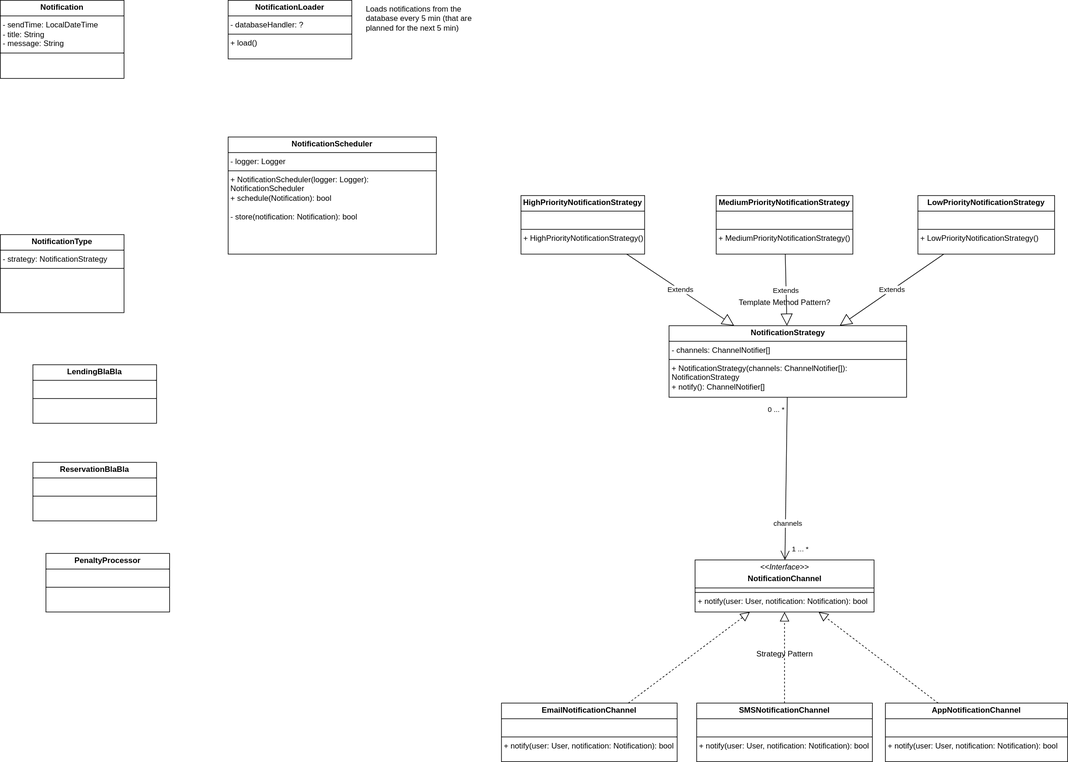
Above: documents/class-diagram/pg-concept-class-diagram.drawio.svg in pieter-groenendijk/oose-library-management-system (draw.io), before the change. Source tidied: cells renumbered, new cells last; positions are measured from the earlier drawing's top-left corner, leaving out a move shared by most shapes.
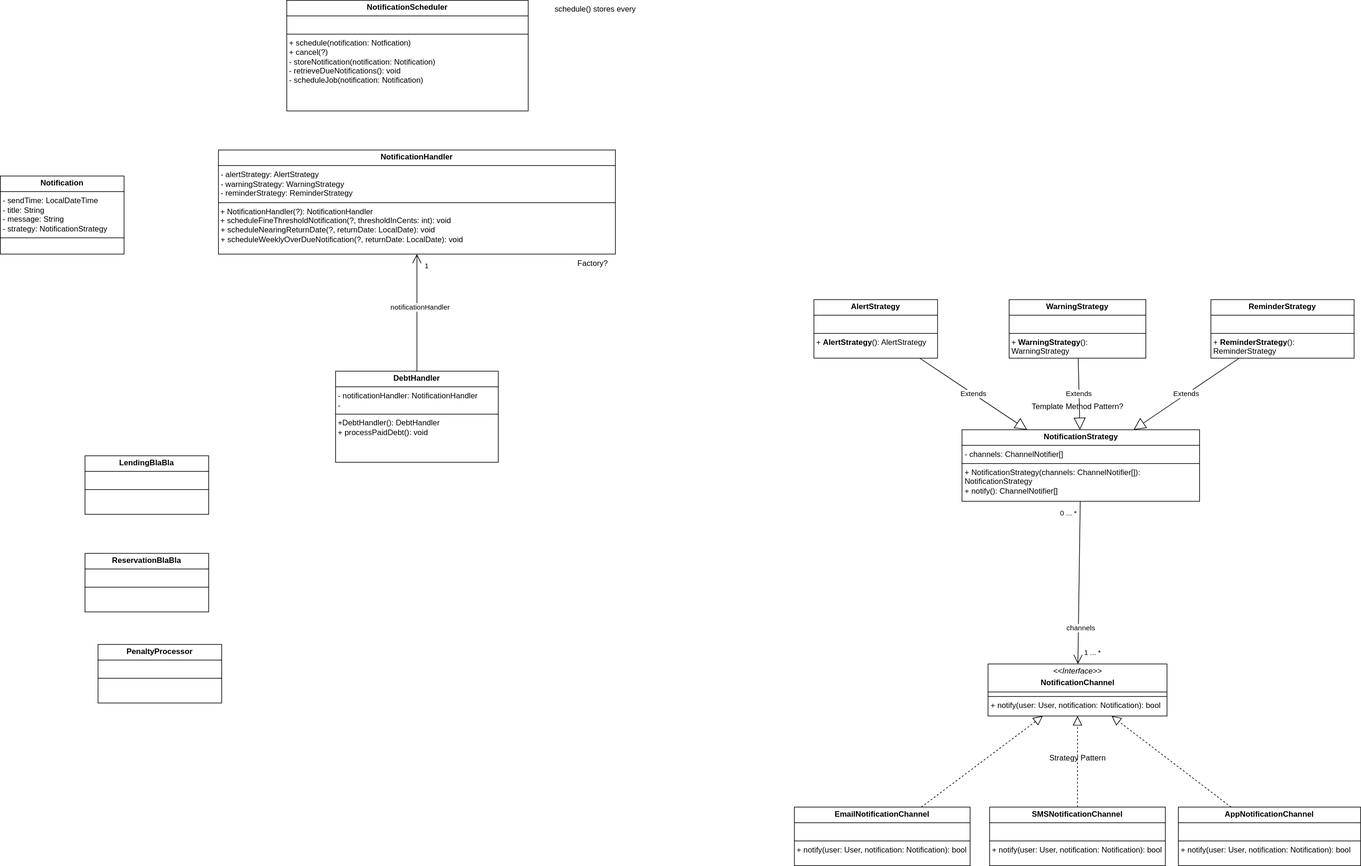
Later version of the same file.

Commit message:
More struggling with class diagram for notifications

Change to the diagram source:
```diff
@@ -23,14 +23,14 @@
     <mxCell id="8" style="endArrow=block;dashed=1;endFill=0;endSize=12;html=1;rounded=0;" parent="1" edge="1" source="5" target="2">
       <mxGeometry relative="1" as="geometry" />
     </mxCell>
-    <mxCell id="9" value="&lt;p style=&quot;margin:0px;margin-top:4px;text-align:center;&quot;&gt;&lt;b&gt;HighPriorityNotificationStrategy&lt;br&gt;&lt;/b&gt;&lt;/p&gt;&lt;hr size=&quot;1&quot; style=&quot;border-style:solid;&quot;&gt;&lt;p style=&quot;margin:0px;margin-left:4px;&quot;&gt;&lt;br&gt;&lt;/p&gt;&lt;hr size=&quot;1&quot; style=&quot;border-style:solid;&quot;&gt;&lt;p style=&quot;margin:0px;margin-left:4px;&quot;&gt;+ HighPriorityNotificationStrategy()&lt;br&gt;&lt;/p&gt;" style="verticalAlign=top;align=left;overflow=fill;html=1;whiteSpace=wrap;" parent="1" vertex="1">
+    <mxCell id="9" value="&lt;p style=&quot;margin:0px;margin-top:4px;text-align:center;&quot;&gt;&lt;b&gt;AlertStrategy&lt;br&gt;&lt;/b&gt;&lt;/p&gt;&lt;hr size=&quot;1&quot; style=&quot;border-style:solid;&quot;&gt;&lt;p style=&quot;margin:0px;margin-left:4px;&quot;&gt;&lt;br&gt;&lt;/p&gt;&lt;hr size=&quot;1&quot; style=&quot;border-style:solid;&quot;&gt;&lt;p style=&quot;margin:0px;margin-left:4px;&quot;&gt;+&amp;nbsp;&lt;b&gt;AlertStrategy&lt;/b&gt;(): AlertStrategy&lt;br&gt;&lt;/p&gt;" style="verticalAlign=top;align=left;overflow=fill;html=1;whiteSpace=wrap;" parent="1" vertex="1">
       <mxGeometry x="800" y="300" width="190" height="90" as="geometry" />
     </mxCell>
-    <mxCell id="10" value="&lt;p style=&quot;margin:0px;margin-top:4px;text-align:center;&quot;&gt;&lt;b&gt;MediumPriorityNotificationStrategy&lt;br&gt;&lt;/b&gt;&lt;/p&gt;&lt;hr size=&quot;1&quot; style=&quot;border-style:solid;&quot;&gt;&lt;p style=&quot;margin:0px;margin-left:4px;&quot;&gt;&lt;br&gt;&lt;/p&gt;&lt;hr size=&quot;1&quot; style=&quot;border-style:solid;&quot;&gt;&lt;p style=&quot;margin:0px;margin-left:4px;&quot;&gt;+ MediumPriorityNotificationStrategy()&lt;/p&gt;" style="verticalAlign=top;align=left;overflow=fill;html=1;whiteSpace=wrap;" parent="1" vertex="1">
+    <mxCell id="10" value="&lt;p style=&quot;margin:0px;margin-top:4px;text-align:center;&quot;&gt;&lt;b&gt;WarningStrategy&lt;br&gt;&lt;/b&gt;&lt;/p&gt;&lt;hr size=&quot;1&quot; style=&quot;border-style:solid;&quot;&gt;&lt;p style=&quot;margin:0px;margin-left:4px;&quot;&gt;&lt;br&gt;&lt;/p&gt;&lt;hr size=&quot;1&quot; style=&quot;border-style:solid;&quot;&gt;&lt;p style=&quot;margin:0px;margin-left:4px;&quot;&gt;+&amp;nbsp;&lt;b&gt;WarningStrategy&lt;/b&gt;(): WarningStrategy&lt;br&gt;&lt;/p&gt;" style="verticalAlign=top;align=left;overflow=fill;html=1;whiteSpace=wrap;" parent="1" vertex="1">
       <mxGeometry x="1100" y="300" width="210" height="90" as="geometry" />
     </mxCell>
-    <mxCell id="11" value="&lt;p style=&quot;margin:0px;margin-top:4px;text-align:center;&quot;&gt;&lt;b&gt;LowPriorityNotificationStrategy&lt;br&gt;&lt;/b&gt;&lt;/p&gt;&lt;hr size=&quot;1&quot; style=&quot;border-style:solid;&quot;&gt;&lt;p style=&quot;margin:0px;margin-left:4px;&quot;&gt;&lt;br&gt;&lt;/p&gt;&lt;hr size=&quot;1&quot; style=&quot;border-style:solid;&quot;&gt;&lt;p style=&quot;margin:0px;margin-left:4px;&quot;&gt;+ LowPriorityNotificationStrategy()&lt;/p&gt;" style="verticalAlign=top;align=left;overflow=fill;html=1;whiteSpace=wrap;" parent="1" vertex="1">
-      <mxGeometry x="1410" y="300" width="210" height="90" as="geometry" />
+    <mxCell id="11" value="&lt;p style=&quot;margin:0px;margin-top:4px;text-align:center;&quot;&gt;&lt;b&gt;ReminderStrategy&lt;br&gt;&lt;/b&gt;&lt;/p&gt;&lt;hr size=&quot;1&quot; style=&quot;border-style:solid;&quot;&gt;&lt;p style=&quot;margin:0px;margin-left:4px;&quot;&gt;&lt;br&gt;&lt;/p&gt;&lt;hr size=&quot;1&quot; style=&quot;border-style:solid;&quot;&gt;&lt;p style=&quot;margin:0px;margin-left:4px;&quot;&gt;+&amp;nbsp;&lt;b&gt;ReminderStrategy&lt;/b&gt;(): ReminderStrategy&lt;br&gt;&lt;/p&gt;" style="verticalAlign=top;align=left;overflow=fill;html=1;whiteSpace=wrap;" parent="1" vertex="1">
+      <mxGeometry x="1410" y="300" width="220" height="90" as="geometry" />
     </mxCell>
     <mxCell id="12" value="Strategy Pattern" style="text;html=1;align=center;verticalAlign=middle;strokeColor=none;fillColor=none;" parent="1" vertex="1">
       <mxGeometry x="1155" y="990" width="100" height="30" as="geometry" />
@@ -66,31 +66,47 @@
       </mxGeometry>
     </mxCell>
     <mxCell id="21" value="&lt;p style=&quot;margin:0px;margin-top:4px;text-align:center;&quot;&gt;&lt;b&gt;PenaltyProcessor&lt;br&gt;&lt;/b&gt;&lt;/p&gt;&lt;hr size=&quot;1&quot; style=&quot;border-style:solid;&quot;&gt;&lt;p style=&quot;margin:0px;margin-left:4px;&quot;&gt;&lt;br&gt;&lt;/p&gt;&lt;hr size=&quot;1&quot; style=&quot;border-style:solid;&quot;&gt;&lt;p style=&quot;margin:0px;margin-left:4px;&quot;&gt;&lt;br&gt;&lt;/p&gt;" style="verticalAlign=top;align=left;overflow=fill;html=1;whiteSpace=wrap;" parent="1" vertex="1">
-      <mxGeometry x="70" y="850" width="190" height="90" as="geometry" />
+      <mxGeometry x="-300" y="830" width="190" height="90" as="geometry" />
     </mxCell>
-    <mxCell id="22" value="&lt;p style=&quot;margin:0px;margin-top:4px;text-align:center;&quot;&gt;&lt;b&gt;Notification&lt;br&gt;&lt;/b&gt;&lt;/p&gt;&lt;hr size=&quot;1&quot; style=&quot;border-style:solid;&quot;&gt;&lt;p style=&quot;margin:0px;margin-left:4px;&quot;&gt;- sendTime: LocalDateTime&lt;br&gt;&lt;/p&gt;&lt;p style=&quot;margin:0px;margin-left:4px;&quot;&gt;- title: String&lt;/p&gt;&lt;p style=&quot;margin:0px;margin-left:4px;&quot;&gt;- message: String&lt;br&gt;&lt;/p&gt;&lt;hr size=&quot;1&quot; style=&quot;border-style:solid;&quot;&gt;&lt;p style=&quot;margin:0px;margin-left:4px;&quot;&gt;&lt;br&gt;&lt;/p&gt;" style="verticalAlign=top;align=left;overflow=fill;html=1;whiteSpace=wrap;" parent="1" vertex="1">
-      <mxGeometry width="190" height="120" as="geometry" />
+    <mxCell id="22" value="&lt;p style=&quot;margin:0px;margin-top:4px;text-align:center;&quot;&gt;&lt;b&gt;Notification&lt;br&gt;&lt;/b&gt;&lt;/p&gt;&lt;hr size=&quot;1&quot; style=&quot;border-style:solid;&quot;&gt;&lt;p style=&quot;margin:0px;margin-left:4px;&quot;&gt;- sendTime: LocalDateTime&lt;br&gt;&lt;/p&gt;&lt;p style=&quot;margin:0px;margin-left:4px;&quot;&gt;- title: String&lt;/p&gt;&lt;p style=&quot;margin:0px;margin-left:4px;&quot;&gt;- message: String&lt;/p&gt;&lt;p style=&quot;margin:0px;margin-left:4px;&quot;&gt;- strategy: NotificationStrategy&lt;br&gt;&lt;/p&gt;&lt;hr size=&quot;1&quot; style=&quot;border-style:solid;&quot;&gt;&lt;p style=&quot;margin:0px;margin-left:4px;&quot;&gt;&lt;br&gt;&lt;/p&gt;" style="verticalAlign=top;align=left;overflow=fill;html=1;whiteSpace=wrap;" parent="1" vertex="1">
+      <mxGeometry x="-450" y="110" width="190" height="120" as="geometry" />
     </mxCell>
-    <mxCell id="23" value="&lt;p style=&quot;margin:0px;margin-top:4px;text-align:center;&quot;&gt;&lt;b&gt;NotificationScheduler&lt;br&gt;&lt;/b&gt;&lt;/p&gt;&lt;hr size=&quot;1&quot; style=&quot;border-style:solid;&quot;&gt;&lt;p style=&quot;margin:0px;margin-left:4px;&quot;&gt;- logger: Logger&lt;br&gt;&lt;/p&gt;&lt;hr size=&quot;1&quot; style=&quot;border-style:solid;&quot;&gt;&lt;p style=&quot;margin:0px;margin-left:4px;&quot;&gt;+ NotificationScheduler(logger: Logger): NotificationScheduler&lt;br&gt;&lt;/p&gt;&lt;p style=&quot;margin:0px;margin-left:4px;&quot;&gt;+ schedule(Notification): bool&lt;/p&gt;&lt;p style=&quot;margin:0px;margin-left:4px;&quot;&gt;&lt;br&gt;&lt;/p&gt;&lt;p style=&quot;margin:0px;margin-left:4px;&quot;&gt;- store(notification: Notification): bool&lt;/p&gt;&lt;p style=&quot;margin:0px;margin-left:4px;&quot;&gt;&lt;br&gt;&lt;/p&gt;" style="verticalAlign=top;align=left;overflow=fill;html=1;whiteSpace=wrap;" parent="1" vertex="1">
-      <mxGeometry x="350" y="210" width="320" height="180" as="geometry" />
-    </mxCell>
-    <mxCell id="24" value="&lt;p style=&quot;margin:0px;margin-top:4px;text-align:center;&quot;&gt;&lt;b&gt;NotificationType&lt;br&gt;&lt;/b&gt;&lt;/p&gt;&lt;hr size=&quot;1&quot; style=&quot;border-style:solid;&quot;&gt;&lt;p style=&quot;margin:0px;margin-left:4px;&quot;&gt;- strategy: NotificationStrategy&lt;br&gt;&lt;/p&gt;&lt;hr size=&quot;1&quot; style=&quot;border-style:solid;&quot;&gt;&lt;p style=&quot;margin:0px;margin-left:4px;&quot;&gt;&lt;br&gt;&lt;/p&gt;" style="verticalAlign=top;align=left;overflow=fill;html=1;whiteSpace=wrap;" parent="1" vertex="1">
-      <mxGeometry y="360" width="190" height="120" as="geometry" />
-    </mxCell>
     <mxCell id="25" value="&lt;p style=&quot;margin:0px;margin-top:4px;text-align:center;&quot;&gt;&lt;b&gt;LendingBlaBla&lt;br&gt;&lt;/b&gt;&lt;/p&gt;&lt;hr size=&quot;1&quot; style=&quot;border-style:solid;&quot;&gt;&lt;p style=&quot;margin:0px;margin-left:4px;&quot;&gt;&lt;br&gt;&lt;/p&gt;&lt;hr size=&quot;1&quot; style=&quot;border-style:solid;&quot;&gt;&lt;p style=&quot;margin:0px;margin-left:4px;&quot;&gt;&lt;br&gt;&lt;/p&gt;" style="verticalAlign=top;align=left;overflow=fill;html=1;whiteSpace=wrap;" parent="1" vertex="1">
-      <mxGeometry x="50" y="560" width="190" height="90" as="geometry" />
+      <mxGeometry x="-320" y="540" width="190" height="90" as="geometry" />
     </mxCell>
     <mxCell id="26" value="&lt;p style=&quot;margin:0px;margin-top:4px;text-align:center;&quot;&gt;&lt;b&gt;ReservationBlaBla&lt;br&gt;&lt;/b&gt;&lt;/p&gt;&lt;hr size=&quot;1&quot; style=&quot;border-style:solid;&quot;&gt;&lt;p style=&quot;margin:0px;margin-left:4px;&quot;&gt;&lt;br&gt;&lt;/p&gt;&lt;hr size=&quot;1&quot; style=&quot;border-style:solid;&quot;&gt;&lt;p style=&quot;margin:0px;margin-left:4px;&quot;&gt;&lt;br&gt;&lt;/p&gt;" style="verticalAlign=top;align=left;overflow=fill;html=1;whiteSpace=wrap;" parent="1" vertex="1">
-      <mxGeometry x="50" y="710" width="190" height="90" as="geometry" />
+      <mxGeometry x="-320" y="690" width="190" height="90" as="geometry" />
     </mxCell>
     <mxCell id="27" value="Template Method Pattern?" style="text;html=1;align=center;verticalAlign=middle;strokeColor=none;fillColor=none;" parent="1" vertex="1">
       <mxGeometry x="1130" y="450" width="150" height="30" as="geometry" />
     </mxCell>
-    <mxCell id="28" value="&lt;p style=&quot;margin:0px;margin-top:4px;text-align:center;&quot;&gt;&lt;b&gt;NotificationLoader&lt;br&gt;&lt;/b&gt;&lt;/p&gt;&lt;hr size=&quot;1&quot; style=&quot;border-style:solid;&quot;&gt;&lt;p style=&quot;margin:0px;margin-left:4px;&quot;&gt;- databaseHandler: ?&lt;br&gt;&lt;/p&gt;&lt;hr size=&quot;1&quot; style=&quot;border-style:solid;&quot;&gt;&lt;p style=&quot;margin:0px;margin-left:4px;&quot;&gt;+ load()&lt;br&gt;&lt;/p&gt;" style="verticalAlign=top;align=left;overflow=fill;html=1;whiteSpace=wrap;" parent="1" vertex="1">
-      <mxGeometry x="350" width="190" height="90" as="geometry" />
-    </mxCell>
-    <mxCell id="29" value="Loads notifications from the database every 5 min (that are planned for the next 5 min)" style="text;html=1;whiteSpace=wrap;overflow=hidden;rounded=0;" parent="1" vertex="1">
-      <mxGeometry x="560" width="180" height="120" as="geometry" />
-    </mxCell>
+    <mxCell id="30" value="&lt;p style=&quot;margin:0px;margin-top:4px;text-align:center;&quot;&gt;&lt;b&gt;NotificationHandler&lt;br&gt;&lt;/b&gt;&lt;/p&gt;&lt;hr size=&quot;1&quot; style=&quot;border-style:solid;&quot;&gt;&lt;p style=&quot;margin:0px;margin-left:4px;&quot;&gt;- alertStrategy: AlertStrategy&lt;/p&gt;&lt;p style=&quot;margin:0px;margin-left:4px;&quot;&gt;- warningStrategy: WarningStrategy&lt;/p&gt;&lt;p style=&quot;margin:0px;margin-left:4px;&quot;&gt;- reminderStrategy: ReminderStrategy&lt;br&gt;&lt;/p&gt;&lt;hr size=&quot;1&quot; style=&quot;border-style:solid;&quot;&gt;&lt;div&gt;&amp;nbsp;+ NotificationHandler(?): NotificationHandler &lt;br&gt;&lt;/div&gt;&lt;div&gt;&amp;nbsp;+ scheduleFineThresholdNotification(?, thresholdInCents: int): void&lt;/div&gt;&lt;p style=&quot;margin:0px;margin-left:4px;&quot;&gt;+ scheduleNearingReturnDate(?, returnDate: LocalDate): void&lt;br&gt;+ scheduleWeeklyOverDueNotification(?, returnDate: LocalDate): void&lt;/p&gt;&lt;p style=&quot;margin:0px;margin-left:4px;&quot;&gt;&lt;br&gt;&lt;/p&gt;" style="verticalAlign=top;align=left;overflow=fill;html=1;whiteSpace=wrap;" parent="1" vertex="1">
+      <mxGeometry x="-115" y="70" width="610" height="160" as="geometry" />
+    </mxCell>
+    <mxCell id="31" value="&lt;p style=&quot;margin:0px;margin-top:4px;text-align:center;&quot;&gt;&lt;b&gt;DebtHandler&lt;br&gt;&lt;/b&gt;&lt;/p&gt;&lt;hr size=&quot;1&quot; style=&quot;border-style:solid;&quot;&gt;&lt;p style=&quot;margin:0px;margin-left:4px;&quot;&gt;- notificationHandler: NotificationHandler&lt;/p&gt;&lt;p style=&quot;margin:0px;margin-left:4px;&quot;&gt;- &lt;br&gt;&lt;/p&gt;&lt;hr size=&quot;1&quot; style=&quot;border-style:solid;&quot;&gt;&lt;p style=&quot;margin:0px;margin-left:4px;&quot;&gt;+DebtHandler(): DebtHandler&lt;/p&gt;&lt;p style=&quot;margin:0px;margin-left:4px;&quot;&gt;+ processPaidDebt(): void&lt;br&gt;&lt;/p&gt;" style="verticalAlign=top;align=left;overflow=fill;html=1;whiteSpace=wrap;" parent="1" vertex="1">
+      <mxGeometry x="65" y="410" width="250" height="140" as="geometry" />
+    </mxCell>
+    <mxCell id="32" style="endArrow=open;endFill=1;endSize=12;html=1;rounded=0;" parent="1" edge="1" source="31" target="30">
+      <mxGeometry relative="1" as="geometry" />
+    </mxCell>
+    <mxCell id="33" value="notificationHandler" style="edgeLabel;html=1;align=center;verticalAlign=middle;" parent="32" vertex="1">
+      <mxGeometry x="0.09" relative="1" as="geometry">
+        <mxPoint x="5" as="offset" />
+      </mxGeometry>
+    </mxCell>
+    <mxCell id="34" value="1" style="edgeLabel;html=1;align=center;verticalAlign=middle;" parent="32" vertex="1">
+      <mxGeometry x="0.77" relative="1" as="geometry">
+        <mxPoint x="15" y="-3" as="offset" />
+      </mxGeometry>
+    </mxCell>
+    <mxCell id="35" value="&lt;p style=&quot;margin:0px;margin-top:4px;text-align:center;&quot;&gt;&lt;b&gt;NotificationScheduler&lt;br&gt;&lt;/b&gt;&lt;/p&gt;&lt;hr size=&quot;1&quot; style=&quot;border-style:solid;&quot;&gt;&lt;p style=&quot;margin:0px;margin-left:4px;&quot;&gt;&lt;br&gt;&lt;/p&gt;&lt;hr size=&quot;1&quot; style=&quot;border-style:solid;&quot;&gt;&lt;p style=&quot;margin:0px;margin-left:4px;&quot;&gt;+ schedule(notification: Notfication)&lt;/p&gt;&lt;p style=&quot;margin:0px;margin-left:4px;&quot;&gt;+ cancel(?)&lt;/p&gt;&lt;p style=&quot;margin:0px;margin-left:4px;&quot;&gt;- storeNotification(notification: Notification)&lt;/p&gt;&lt;p style=&quot;margin:0px;margin-left:4px;&quot;&gt;- retrieveDueNotifications(): void&lt;br&gt;&lt;/p&gt;&lt;p style=&quot;margin:0px;margin-left:4px;&quot;&gt;- scheduleJob(notification: Notification)&lt;br&gt;&lt;/p&gt;" style="verticalAlign=top;align=left;overflow=fill;html=1;whiteSpace=wrap;" parent="1" vertex="1">
+      <mxGeometry x="-10" y="-160" width="371" height="170" as="geometry" />
+    </mxCell>
+    <mxCell id="36" value="Factory?" style="text;html=1;align=center;verticalAlign=middle;strokeColor=none;fillColor=none;" parent="1" vertex="1">
+      <mxGeometry x="425" y="230" width="70" height="30" as="geometry" />
+    </mxCell>
+    <mxCell id="37" value="schedule() stores every " style="text;html=1;align=left;verticalAlign=top;whiteSpace=wrap;rounded=0;" parent="1" vertex="1">
+      <mxGeometry x="400" y="-160" width="230" height="70" as="geometry" />
+    </mxCell>
   </root>
 </mxGraphModel>
```
